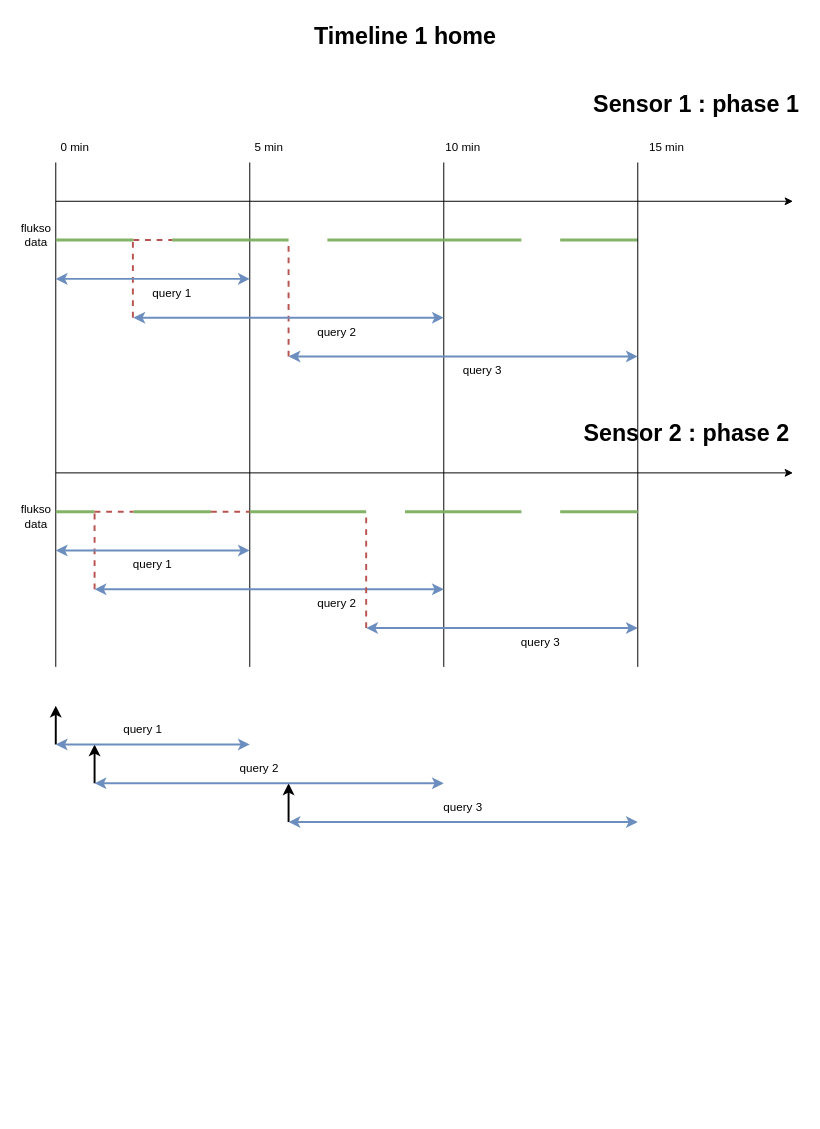
Before: page "timelines" (9 of 9) of documentation/documentation_diagrams.drawio in AlexandreHnf/Voisin-d-energie-ULB, a draw.io diagram. Source tidied: cells renumbered, new cells numbered last; positions are measured from the earlier drawing's top-left corner, leaving out a move shared by most shapes. Both pictures are drawn from the tidied source at 97%, with x=0, y=0 at pixel (16, 16).
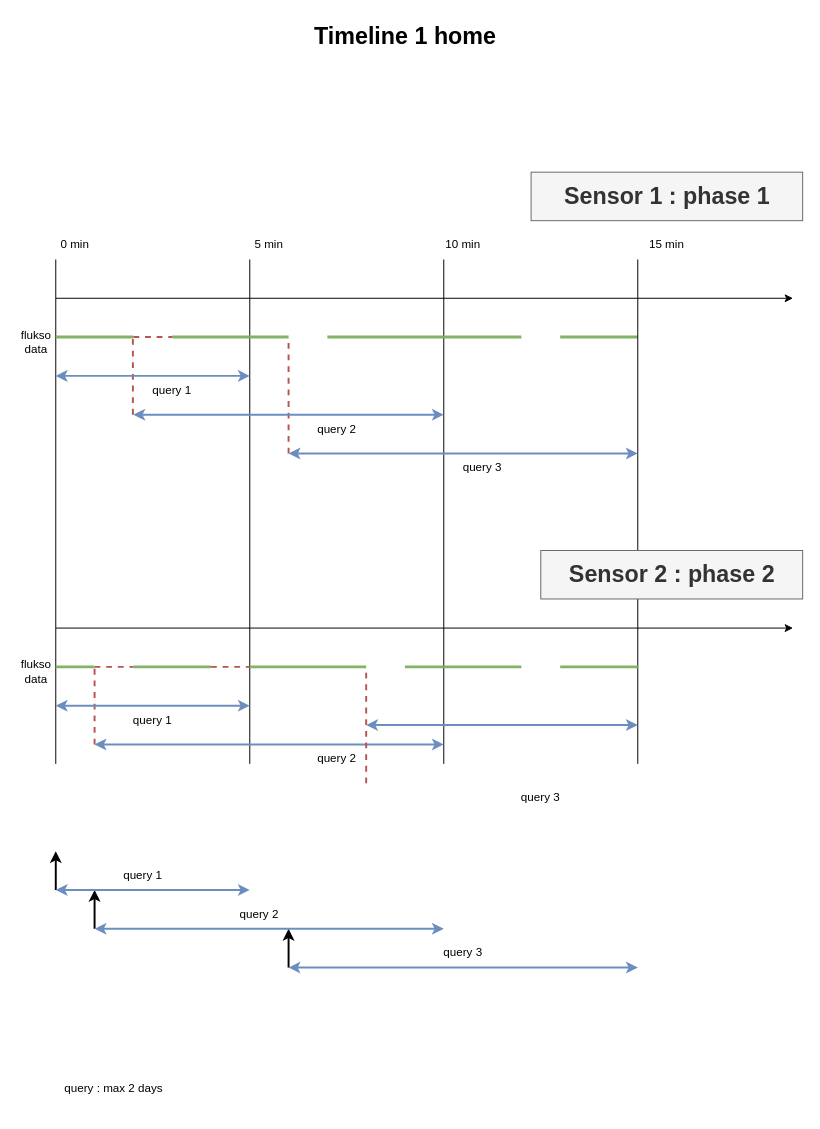
Above is the later version.

The edit, as a diff of the source:
```diff
@@
     <mxCell id="2" style="endArrow=classic;html=1;rounded=0;" parent="1" edge="1">
       <mxGeometry relative="1" as="geometry">
-        <mxPoint x="40" y="190" as="sourcePoint" />
-        <mxPoint x="800" y="190" as="targetPoint" />
+        <mxPoint x="40" y="290" as="sourcePoint" />
+        <mxPoint x="800" y="290" as="targetPoint" />
       </mxGeometry>
     </mxCell>
     <mxCell id="3" style="endArrow=none;html=1;rounded=0;" parent="1" edge="1">
       <mxGeometry relative="1" as="geometry">
-        <mxPoint x="40" y="670" as="sourcePoint" />
-        <mxPoint x="40" y="150" as="targetPoint" />
+        <mxPoint x="40" y="770" as="sourcePoint" />
+        <mxPoint x="40" y="250" as="targetPoint" />
       </mxGeometry>
     </mxCell>
     <mxCell id="4" style="endArrow=none;html=1;rounded=0;" parent="1" edge="1">
       <mxGeometry relative="1" as="geometry">
-        <mxPoint x="240" y="670" as="sourcePoint" />
-        <mxPoint x="240" y="150" as="targetPoint" />
+        <mxPoint x="240" y="770" as="sourcePoint" />
+        <mxPoint x="240" y="250" as="targetPoint" />
       </mxGeometry>
     </mxCell>
     <mxCell id="5" style="endArrow=none;html=1;rounded=0;" parent="1" edge="1">
       <mxGeometry relative="1" as="geometry">
-        <mxPoint x="440" y="670" as="sourcePoint" />
-        <mxPoint x="440" y="150" as="targetPoint" />
+        <mxPoint x="440" y="770" as="sourcePoint" />
+        <mxPoint x="440" y="250" as="targetPoint" />
       </mxGeometry>
     </mxCell>
     <mxCell id="6" value="0 min" style="text;html=1;strokeColor=none;fillColor=none;align=center;verticalAlign=middle;whiteSpace=wrap;rounded=0;" parent="1" vertex="1">
-      <mxGeometry x="30" y="120" width="60" height="30" as="geometry" />
+      <mxGeometry x="30" y="220" width="60" height="30" as="geometry" />
     </mxCell>
     <mxCell id="7" value="5 min" style="text;html=1;strokeColor=none;fillColor=none;align=center;verticalAlign=middle;whiteSpace=wrap;rounded=0;" parent="1" vertex="1">
-      <mxGeometry x="230" y="120" width="60" height="30" as="geometry" />
+      <mxGeometry x="230" y="220" width="60" height="30" as="geometry" />
     </mxCell>
     <mxCell id="8" value="10 min" style="text;html=1;strokeColor=none;fillColor=none;align=center;verticalAlign=middle;whiteSpace=wrap;rounded=0;" parent="1" vertex="1">
-      <mxGeometry x="430" y="120" width="60" height="30" as="geometry" />
+      <mxGeometry x="430" y="220" width="60" height="30" as="geometry" />
     </mxCell>
     <mxCell id="9" style="endArrow=none;html=1;rounded=0;strokeWidth=3;fillColor=#d5e8d4;strokeColor=#82b366;" parent="1" edge="1">
       <mxGeometry relative="1" as="geometry">
-        <mxPoint x="40" y="230" as="sourcePoint" />
-        <mxPoint x="120" y="230" as="targetPoint" />
+        <mxPoint x="40" y="330" as="sourcePoint" />
+        <mxPoint x="120" y="330" as="targetPoint" />
       </mxGeometry>
     </mxCell>
     <mxCell id="10" style="endArrow=none;html=1;rounded=0;strokeWidth=3;fillColor=#d5e8d4;strokeColor=#82b366;" parent="1" edge="1">
       <mxGeometry relative="1" as="geometry">
-        <mxPoint x="160" y="230" as="sourcePoint" />
-        <mxPoint x="240" y="230" as="targetPoint" />
+        <mxPoint x="160" y="330" as="sourcePoint" />
+        <mxPoint x="240" y="330" as="targetPoint" />
       </mxGeometry>
     </mxCell>
     <mxCell id="11" style="endArrow=none;html=1;rounded=0;strokeWidth=3;fillColor=#d5e8d4;strokeColor=#82b366;" parent="1" edge="1">
       <mxGeometry relative="1" as="geometry">
-        <mxPoint x="320" y="230" as="sourcePoint" />
-        <mxPoint x="440" y="230" as="targetPoint" />
+        <mxPoint x="320" y="330" as="sourcePoint" />
+        <mxPoint x="440" y="330" as="targetPoint" />
       </mxGeometry>
     </mxCell>
     <mxCell id="12" style="endArrow=none;html=1;rounded=0;strokeWidth=3;fillColor=#d5e8d4;strokeColor=#82b366;" parent="1" edge="1">
       <mxGeometry relative="1" as="geometry">
-        <mxPoint x="240" y="230" as="sourcePoint" />
-        <mxPoint x="280" y="230" as="targetPoint" />
+        <mxPoint x="240" y="330" as="sourcePoint" />
+        <mxPoint x="280" y="330" as="targetPoint" />
       </mxGeometry>
     </mxCell>
     <mxCell id="13" style="endArrow=none;html=1;rounded=0;strokeWidth=3;fillColor=#d5e8d4;strokeColor=#82b366;" parent="1" edge="1">
       <mxGeometry relative="1" as="geometry">
-        <mxPoint x="440" y="230" as="sourcePoint" />
-        <mxPoint x="520" y="230" as="targetPoint" />
+        <mxPoint x="440" y="330" as="sourcePoint" />
+        <mxPoint x="520" y="330" as="targetPoint" />
       </mxGeometry>
     </mxCell>
     <mxCell id="14" style="endArrow=none;html=1;rounded=0;strokeWidth=3;fillColor=#d5e8d4;strokeColor=#82b366;" parent="1" edge="1">
       <mxGeometry relative="1" as="geometry">
-        <mxPoint x="560" y="230" as="sourcePoint" />
-        <mxPoint x="640" y="230" as="targetPoint" />
+        <mxPoint x="560" y="330" as="sourcePoint" />
+        <mxPoint x="640" y="330" as="targetPoint" />
       </mxGeometry>
     </mxCell>
     <mxCell id="15" style="endArrow=none;html=1;rounded=0;" parent="1" edge="1">
       <mxGeometry relative="1" as="geometry">
-        <mxPoint x="640" y="670" as="sourcePoint" />
-        <mxPoint x="640" y="150" as="targetPoint" />
+        <mxPoint x="640" y="770" as="sourcePoint" />
+        <mxPoint x="640" y="250" as="targetPoint" />
       </mxGeometry>
     </mxCell>
-    <mxCell id="16" value="Sensor 1 : phase 1" style="text;strokeColor=none;fillColor=none;html=1;fontSize=24;fontStyle=1;verticalAlign=middle;align=center;" parent="1" vertex="1">
-      <mxGeometry x="650" y="70" width="100" height="40" as="geometry" />
+    <mxCell id="16" value="Sensor 1 : phase 1" style="text;strokeColor=#666666;fillColor=#f5f5f5;html=1;fontSize=24;fontStyle=1;verticalAlign=middle;align=center;fontColor=#333333;" parent="1" vertex="1">
+      <mxGeometry x="530" y="160" width="280" height="50" as="geometry" />
     </mxCell>
     <mxCell id="17" style="endArrow=none;dashed=1;html=1;rounded=0;strokeWidth=2;fillColor=#f8cecc;strokeColor=#b85450;" parent="1" edge="1">
       <mxGeometry relative="1" as="geometry">
-        <mxPoint x="119.5" y="310" as="sourcePoint" />
-        <mxPoint x="119.5" y="230" as="targetPoint" />
+        <mxPoint x="119.5" y="410" as="sourcePoint" />
+        <mxPoint x="119.5" y="330" as="targetPoint" />
       </mxGeometry>
     </mxCell>
     <mxCell id="18" style="endArrow=none;dashed=1;html=1;rounded=0;strokeWidth=2;fillColor=#f8cecc;strokeColor=#b85450;" parent="1" edge="1">
       <mxGeometry relative="1" as="geometry">
-        <mxPoint x="280" y="350" as="sourcePoint" />
-        <mxPoint x="280" y="230" as="targetPoint" />
+        <mxPoint x="280" y="450" as="sourcePoint" />
+        <mxPoint x="280" y="330" as="targetPoint" />
       </mxGeometry>
     </mxCell>
     <mxCell id="19" value="15 min" style="text;html=1;strokeColor=none;fillColor=none;align=center;verticalAlign=middle;whiteSpace=wrap;rounded=0;" parent="1" vertex="1">
-      <mxGeometry x="640" y="120" width="60" height="30" as="geometry" />
+      <mxGeometry x="640" y="220" width="60" height="30" as="geometry" />
     </mxCell>
@@
     <mxCell id="21" style="endArrow=classic;html=1;rounded=0;" parent="1" edge="1">
       <mxGeometry relative="1" as="geometry">
-        <mxPoint x="40" y="470" as="sourcePoint" />
-        <mxPoint x="800" y="470" as="targetPoint" />
+        <mxPoint x="40" y="630" as="sourcePoint" />
+        <mxPoint x="800" y="630" as="targetPoint" />
       </mxGeometry>
     </mxCell>
     <mxCell id="22" style="endArrow=none;html=1;rounded=0;strokeWidth=3;fillColor=#d5e8d4;strokeColor=#82b366;" parent="1" edge="1">
       <mxGeometry relative="1" as="geometry">
-        <mxPoint x="40" y="510" as="sourcePoint" />
-        <mxPoint x="80" y="510" as="targetPoint" />
+        <mxPoint x="40" y="670" as="sourcePoint" />
+        <mxPoint x="80" y="670" as="targetPoint" />
       </mxGeometry>
     </mxCell>
     <mxCell id="23" style="endArrow=none;html=1;rounded=0;strokeWidth=3;fillColor=#d5e8d4;strokeColor=#82b366;" parent="1" edge="1">
       <mxGeometry relative="1" as="geometry">
-        <mxPoint x="120" y="510" as="sourcePoint" />
-        <mxPoint x="200" y="510" as="targetPoint" />
+        <mxPoint x="120" y="670" as="sourcePoint" />
+        <mxPoint x="200" y="670" as="targetPoint" />
       </mxGeometry>
     </mxCell>
     <mxCell id="24" style="endArrow=none;html=1;rounded=0;strokeWidth=3;fillColor=#d5e8d4;strokeColor=#82b366;" parent="1" edge="1">
       <mxGeometry relative="1" as="geometry">
-        <mxPoint x="240" y="510" as="sourcePoint" />
-        <mxPoint x="360" y="510" as="targetPoint" />
+        <mxPoint x="240" y="670" as="sourcePoint" />
+        <mxPoint x="360" y="670" as="targetPoint" />
       </mxGeometry>
     </mxCell>
     <mxCell id="25" style="endArrow=none;html=1;rounded=0;strokeWidth=3;fillColor=#d5e8d4;strokeColor=#82b366;" parent="1" edge="1">
       <mxGeometry relative="1" as="geometry">
-        <mxPoint x="400" y="510" as="sourcePoint" />
-        <mxPoint x="440" y="510" as="targetPoint" />
+        <mxPoint x="400" y="670" as="sourcePoint" />
+        <mxPoint x="440" y="670" as="targetPoint" />
       </mxGeometry>
     </mxCell>
     <mxCell id="26" style="endArrow=none;html=1;rounded=0;strokeWidth=3;fillColor=#d5e8d4;strokeColor=#82b366;" parent="1" edge="1">
       <mxGeometry relative="1" as="geometry">
-        <mxPoint x="440" y="510" as="sourcePoint" />
-        <mxPoint x="520" y="510" as="targetPoint" />
+        <mxPoint x="440" y="670" as="sourcePoint" />
+        <mxPoint x="520" y="670" as="targetPoint" />
       </mxGeometry>
     </mxCell>
     <mxCell id="27" style="endArrow=none;html=1;rounded=0;strokeWidth=3;fillColor=#d5e8d4;strokeColor=#82b366;" parent="1" edge="1">
       <mxGeometry relative="1" as="geometry">
-        <mxPoint x="560" y="510" as="sourcePoint" />
-        <mxPoint x="640" y="510" as="targetPoint" />
+        <mxPoint x="560" y="670" as="sourcePoint" />
+        <mxPoint x="640" y="670" as="targetPoint" />
       </mxGeometry>
     </mxCell>
     <mxCell id="28" style="endArrow=none;dashed=1;html=1;rounded=0;strokeWidth=2;fillColor=#f8cecc;strokeColor=#b85450;" parent="1" edge="1">
       <mxGeometry relative="1" as="geometry">
-        <mxPoint x="80" y="590" as="sourcePoint" />
-        <mxPoint x="80" y="510" as="targetPoint" />
+        <mxPoint x="80" y="750" as="sourcePoint" />
+        <mxPoint x="80" y="670" as="targetPoint" />
       </mxGeometry>
     </mxCell>
     <mxCell id="29" style="endArrow=classic;startArrow=classic;html=1;rounded=0;strokeWidth=2;fillColor=#dae8fc;strokeColor=#6c8ebf;" parent="1" edge="1">
       <mxGeometry relative="1" as="geometry">
-        <mxPoint x="40" y="550" as="sourcePoint" />
-        <mxPoint x="240" y="550" as="targetPoint" />
+        <mxPoint x="40" y="710" as="sourcePoint" />
+        <mxPoint x="240" y="710" as="targetPoint" />
       </mxGeometry>
     </mxCell>
     <mxCell id="30" style="endArrow=classic;startArrow=classic;html=1;rounded=0;strokeWidth=2;fillColor=#dae8fc;strokeColor=#6c8ebf;" parent="1" edge="1">
       <mxGeometry relative="1" as="geometry">
-        <mxPoint x="80" y="590" as="sourcePoint" />
-        <mxPoint x="440" y="590" as="targetPoint" />
+        <mxPoint x="80" y="750" as="sourcePoint" />
+        <mxPoint x="440" y="750" as="targetPoint" />
       </mxGeometry>
     </mxCell>
     <mxCell id="31" style="endArrow=none;dashed=1;html=1;rounded=0;strokeWidth=2;fillColor=#f8cecc;strokeColor=#b85450;" parent="1" edge="1">
       <mxGeometry relative="1" as="geometry">
-        <mxPoint x="360" y="630" as="sourcePoint" />
-        <mxPoint x="360" y="510" as="targetPoint" />
+        <mxPoint x="360" y="790" as="sourcePoint" />
+        <mxPoint x="360" y="670" as="targetPoint" />
       </mxGeometry>
     </mxCell>
     <mxCell id="32" style="endArrow=classic;startArrow=classic;html=1;rounded=0;strokeWidth=2;fillColor=#dae8fc;strokeColor=#6c8ebf;" parent="1" edge="1">
       <mxGeometry relative="1" as="geometry">
-        <mxPoint x="360" y="630" as="sourcePoint" />
-        <mxPoint x="640" y="630" as="targetPoint" />
+        <mxPoint x="360" y="730" as="sourcePoint" />
+        <mxPoint x="640" y="730" as="targetPoint" />
       </mxGeometry>
     </mxCell>
     <mxCell id="33" value="query 1" style="text;html=1;strokeColor=none;fillColor=none;align=center;verticalAlign=middle;whiteSpace=wrap;rounded=0;" parent="1" vertex="1">
-      <mxGeometry x="110" y="550" width="60" height="30" as="geometry" />
+      <mxGeometry x="110" y="710" width="60" height="30" as="geometry" />
     </mxCell>
     <mxCell id="34" value="query 2" style="text;html=1;strokeColor=none;fillColor=none;align=center;verticalAlign=middle;whiteSpace=wrap;rounded=0;" parent="1" vertex="1">
-      <mxGeometry x="300" y="590" width="60" height="30" as="geometry" />
+      <mxGeometry x="300" y="750" width="60" height="30" as="geometry" />
     </mxCell>
     <mxCell id="35" value="query 3" style="text;html=1;strokeColor=none;fillColor=none;align=center;verticalAlign=middle;whiteSpace=wrap;rounded=0;" parent="1" vertex="1">
-      <mxGeometry x="510" y="630" width="60" height="30" as="geometry" />
+      <mxGeometry x="510" y="790" width="60" height="30" as="geometry" />
     </mxCell>
     <mxCell id="36" style="endArrow=none;dashed=1;html=1;rounded=0;fillColor=#f8cecc;strokeColor=#b85450;strokeWidth=2;" parent="1" edge="1">
       <mxGeometry relative="1" as="geometry">
-        <mxPoint x="120" y="230" as="sourcePoint" />
-        <mxPoint x="160" y="230" as="targetPoint" />
+        <mxPoint x="120" y="330" as="sourcePoint" />
+        <mxPoint x="160" y="330" as="targetPoint" />
       </mxGeometry>
     </mxCell>
     <mxCell id="37" style="endArrow=none;dashed=1;html=1;rounded=0;fillColor=#f8cecc;strokeColor=#b85450;strokeWidth=2;" parent="1" edge="1">
       <mxGeometry relative="1" as="geometry">
-        <mxPoint x="80" y="510" as="sourcePoint" />
-        <mxPoint x="120" y="510" as="targetPoint" />
+        <mxPoint x="80" y="670" as="sourcePoint" />
+        <mxPoint x="120" y="670" as="targetPoint" />
       </mxGeometry>
     </mxCell>
     <mxCell id="38" style="endArrow=none;dashed=1;html=1;rounded=0;fillColor=#f8cecc;strokeColor=#b85450;strokeWidth=2;" parent="1" edge="1">
       <mxGeometry relative="1" as="geometry">
-        <mxPoint x="200" y="510" as="sourcePoint" />
-        <mxPoint x="240" y="510" as="targetPoint" />
+        <mxPoint x="200" y="670" as="sourcePoint" />
+        <mxPoint x="240" y="670" as="targetPoint" />
       </mxGeometry>
     </mxCell>
-    <mxCell id="39" value="Sensor 2 : phase 2" style="text;strokeColor=none;fillColor=none;html=1;fontSize=24;fontStyle=1;verticalAlign=middle;align=center;" parent="1" vertex="1">
-      <mxGeometry x="640" y="410" width="100" height="40" as="geometry" />
+    <mxCell id="39" value="Sensor 2 : phase 2" style="text;strokeColor=#666666;fillColor=#f5f5f5;html=1;fontSize=24;fontStyle=1;verticalAlign=middle;align=center;fontColor=#333333;" parent="1" vertex="1">
+      <mxGeometry x="540" y="550" width="270" height="50" as="geometry" />
     </mxCell>
     <mxCell id="40" style="endArrow=classic;startArrow=classic;html=1;rounded=0;strokeWidth=2;fillColor=#dae8fc;strokeColor=#6c8ebf;" parent="1" edge="1">
       <mxGeometry relative="1" as="geometry">
-        <mxPoint x="40" y="270" as="sourcePoint" />
-        <mxPoint x="240" y="270" as="targetPoint" />
+        <mxPoint x="40" y="370" as="sourcePoint" />
+        <mxPoint x="240" y="370" as="targetPoint" />
       </mxGeometry>
     </mxCell>
     <mxCell id="41" style="endArrow=classic;startArrow=classic;html=1;rounded=0;strokeWidth=2;fillColor=#dae8fc;strokeColor=#6c8ebf;" parent="1" edge="1">
       <mxGeometry relative="1" as="geometry">
-        <mxPoint x="120" y="310" as="sourcePoint" />
-        <mxPoint x="440" y="310" as="targetPoint" />
+        <mxPoint x="120" y="410" as="sourcePoint" />
+        <mxPoint x="440" y="410" as="targetPoint" />
       </mxGeometry>
     </mxCell>
     <mxCell id="42" style="endArrow=classic;startArrow=classic;html=1;rounded=0;strokeWidth=2;fillColor=#dae8fc;strokeColor=#6c8ebf;" parent="1" edge="1">
       <mxGeometry relative="1" as="geometry">
-        <mxPoint x="280" y="350" as="sourcePoint" />
-        <mxPoint x="640" y="350" as="targetPoint" />
+        <mxPoint x="280" y="450" as="sourcePoint" />
+        <mxPoint x="640" y="450" as="targetPoint" />
       </mxGeometry>
     </mxCell>
     <mxCell id="43" value="query 1" style="text;html=1;align=center;verticalAlign=middle;whiteSpace=wrap;rounded=0;" parent="1" vertex="1">
-      <mxGeometry x="130" y="270" width="60" height="30" as="geometry" />
+      <mxGeometry x="130" y="370" width="60" height="30" as="geometry" />
     </mxCell>
     <mxCell id="44" value="query 2" style="text;html=1;strokeColor=none;fillColor=none;align=center;verticalAlign=middle;whiteSpace=wrap;rounded=0;" parent="1" vertex="1">
-      <mxGeometry x="300" y="310" width="60" height="30" as="geometry" />
+      <mxGeometry x="300" y="410" width="60" height="30" as="geometry" />
     </mxCell>
     <mxCell id="45" value="query 3" style="text;html=1;strokeColor=none;fillColor=none;align=center;verticalAlign=middle;whiteSpace=wrap;rounded=0;" parent="1" vertex="1">
-      <mxGeometry x="450" y="350" width="60" height="30" as="geometry" />
+      <mxGeometry x="450" y="450" width="60" height="30" as="geometry" />
     </mxCell>
     <mxCell id="46" value="flukso data" style="text;html=1;strokeColor=none;fillColor=none;align=center;verticalAlign=middle;whiteSpace=wrap;rounded=0;" parent="1" vertex="1">
-      <mxGeometry y="210" width="40" height="30" as="geometry" />
+      <mxGeometry y="320" width="40" height="30" as="geometry" />
     </mxCell>
     <mxCell id="47" value="flukso data" style="text;html=1;strokeColor=none;fillColor=none;align=center;verticalAlign=middle;whiteSpace=wrap;rounded=0;" parent="1" vertex="1">
-      <mxGeometry y="500" width="40" height="30" as="geometry" />
+      <mxGeometry y="660" width="40" height="30" as="geometry" />
     </mxCell>
     <mxCell id="48" style="endArrow=classic;html=1;rounded=0;strokeWidth=2;" parent="1" edge="1">
       <mxGeometry relative="1" as="geometry">
-        <mxPoint x="40" y="750" as="sourcePoint" />
-        <mxPoint x="40" y="710" as="targetPoint" />
+        <mxPoint x="40" y="900" as="sourcePoint" />
+        <mxPoint x="40" y="860" as="targetPoint" />
       </mxGeometry>
     </mxCell>
     <mxCell id="49" style="endArrow=classic;html=1;rounded=0;strokeWidth=2;" parent="1" edge="1">
       <mxGeometry relative="1" as="geometry">
-        <mxPoint x="80" y="790" as="sourcePoint" />
-        <mxPoint x="80" y="750" as="targetPoint" />
+        <mxPoint x="80" y="940" as="sourcePoint" />
+        <mxPoint x="80" y="900" as="targetPoint" />
       </mxGeometry>
     </mxCell>
     <mxCell id="50" style="endArrow=classic;html=1;rounded=0;strokeWidth=2;" parent="1" edge="1">
       <mxGeometry relative="1" as="geometry">
-        <mxPoint x="280" y="830" as="sourcePoint" />
-        <mxPoint x="280" y="790" as="targetPoint" />
+        <mxPoint x="280" y="980" as="sourcePoint" />
+        <mxPoint x="280" y="940" as="targetPoint" />
       </mxGeometry>
     </mxCell>
     <mxCell id="51" style="endArrow=classic;startArrow=classic;html=1;rounded=0;strokeWidth=2;fillColor=#dae8fc;strokeColor=#6c8ebf;" parent="1" edge="1">
       <mxGeometry relative="1" as="geometry">
-        <mxPoint x="40" y="750" as="sourcePoint" />
-        <mxPoint x="240" y="750" as="targetPoint" />
+        <mxPoint x="40" y="900" as="sourcePoint" />
+        <mxPoint x="240" y="900" as="targetPoint" />
       </mxGeometry>
     </mxCell>
     <mxCell id="52" style="endArrow=classic;startArrow=classic;html=1;rounded=0;strokeWidth=2;fillColor=#dae8fc;strokeColor=#6c8ebf;" parent="1" edge="1">
       <mxGeometry relative="1" as="geometry">
-        <mxPoint x="80" y="790" as="sourcePoint" />
-        <mxPoint x="440" y="790" as="targetPoint" />
+        <mxPoint x="80" y="940" as="sourcePoint" />
+        <mxPoint x="440" y="940" as="targetPoint" />
       </mxGeometry>
     </mxCell>
     <mxCell id="53" style="endArrow=classic;startArrow=classic;html=1;rounded=0;strokeWidth=2;fillColor=#dae8fc;strokeColor=#6c8ebf;" parent="1" edge="1">
       <mxGeometry relative="1" as="geometry">
-        <mxPoint x="280" y="830" as="sourcePoint" />
-        <mxPoint x="640" y="830" as="targetPoint" />
+        <mxPoint x="280" y="980" as="sourcePoint" />
+        <mxPoint x="640" y="980" as="targetPoint" />
       </mxGeometry>
     </mxCell>
     <mxCell id="54" value="query 1" style="text;html=1;align=center;verticalAlign=middle;whiteSpace=wrap;rounded=0;" parent="1" vertex="1">
-      <mxGeometry x="100" y="720" width="60" height="30" as="geometry" />
+      <mxGeometry x="100" y="870" width="60" height="30" as="geometry" />
     </mxCell>
     <mxCell id="55" value="query 2" style="text;html=1;strokeColor=none;fillColor=none;align=center;verticalAlign=middle;whiteSpace=wrap;rounded=0;" parent="1" vertex="1">
-      <mxGeometry x="220" y="760" width="60" height="30" as="geometry" />
+      <mxGeometry x="220" y="910" width="60" height="30" as="geometry" />
     </mxCell>
     <mxCell id="56" value="query 3" style="text;html=1;strokeColor=none;fillColor=none;align=center;verticalAlign=middle;whiteSpace=wrap;rounded=0;" parent="1" vertex="1">
-      <mxGeometry x="430" y="800" width="60" height="30" as="geometry" />
+      <mxGeometry x="430" y="950" width="60" height="30" as="geometry" />
     </mxCell>
+    <mxCell id="57" value="query : max 2 days" style="text;html=1;strokeColor=none;fillColor=none;align=center;verticalAlign=middle;whiteSpace=wrap;rounded=0;" parent="1" vertex="1">
+      <mxGeometry x="30" y="1080" width="140" height="50" as="geometry" />
+    </mxCell>
```
